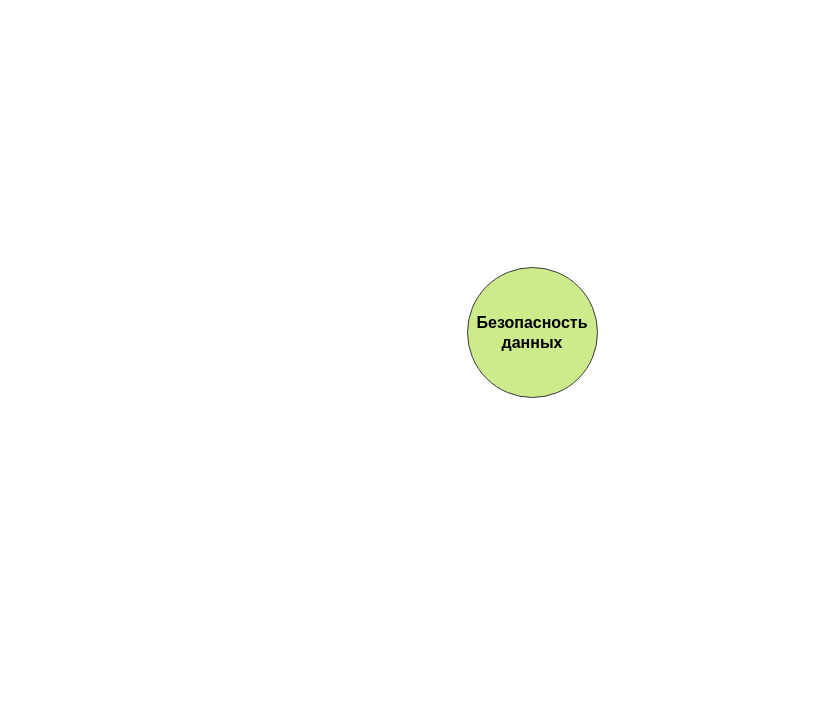
Earlier version of the draw.io diagram 5spring.drawio (MorKaragh/drawings). Source tidied: cells renumbered, new cells numbered last; positions are measured from the earlier drawing's top-left corner, leaving out a move shared by most shapes. Both pictures are drawn from the tidied source at 100%, with x=0, y=0 at pixel (467, 267).
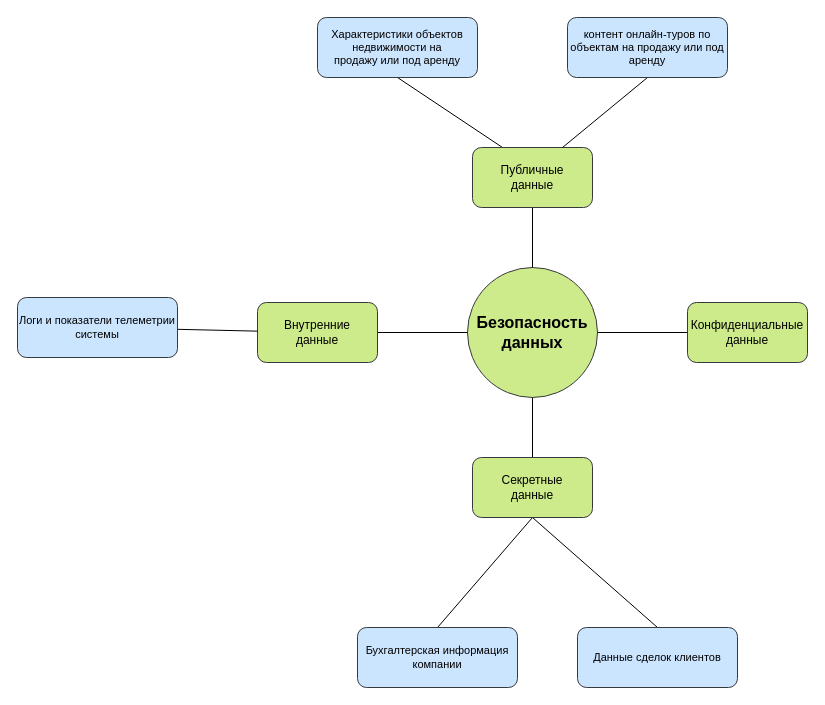
After the change.

The change refers to these unchanged cells:
```xml
<mxCell id="2" value="&lt;div&gt;Безопасность&lt;/div&gt;&lt;div&gt;данных&lt;/div&gt;" style="ellipse;whiteSpace=wrap;html=1;fillColor=#cdeb8b;strokeColor=#36393d;fontSize=16;fontStyle=1;" parent="1" vertex="1">
  <mxGeometry width="130" height="130" as="geometry" />
</mxCell>
```

Diff of the diagram source:
```diff
@@
+    <mxCell id="3" style="edgeStyle=orthogonalEdgeStyle;shape=connector;rounded=0;jettySize=auto;html=1;strokeColor=default;align=center;verticalAlign=middle;fontFamily=Helvetica;fontSize=11;fontColor=default;labelBackgroundColor=default;endArrow=none;endFill=0;" parent="1" edge="1" source="5" target="2">
+      <mxGeometry relative="1" as="geometry" />
+    </mxCell>
+    <mxCell id="4" style="shape=connector;rounded=0;jettySize=auto;html=1;exitX=0.25;exitY=0;exitDx=0;exitDy=0;entryX=0.5;entryY=1;entryDx=0;entryDy=0;strokeColor=default;align=center;verticalAlign=middle;fontFamily=Helvetica;fontSize=11;fontColor=default;labelBackgroundColor=default;endArrow=none;endFill=0;" parent="1" edge="1" source="5" target="14">
+      <mxGeometry relative="1" as="geometry" />
+    </mxCell>
+    <mxCell id="5" value="&lt;div&gt;Публичные&lt;/div&gt;&lt;div&gt;данные&lt;/div&gt;" style="rounded=1;whiteSpace=wrap;html=1;fontSize=12;fillColor=#cdeb8b;strokeColor=#36393d;" parent="1" vertex="1">
+      <mxGeometry x="5" y="-120" width="120" height="60" as="geometry" />
+    </mxCell>
+    <mxCell id="6" style="edgeStyle=orthogonalEdgeStyle;shape=connector;rounded=0;jettySize=auto;html=1;strokeColor=default;align=center;verticalAlign=middle;fontFamily=Helvetica;fontSize=11;fontColor=default;labelBackgroundColor=default;endArrow=none;endFill=0;" parent="1" edge="1" source="7" target="2">
+      <mxGeometry relative="1" as="geometry" />
+    </mxCell>
+    <mxCell id="7" value="&lt;div&gt;Внутренние&lt;/div&gt;&lt;div&gt;данные&lt;/div&gt;" style="rounded=1;whiteSpace=wrap;html=1;fontSize=12;fillColor=#cdeb8b;strokeColor=#36393d;" parent="1" vertex="1">
+      <mxGeometry x="-210" y="35" width="120" height="60" as="geometry" />
+    </mxCell>
+    <mxCell id="8" style="edgeStyle=orthogonalEdgeStyle;shape=connector;rounded=0;jettySize=auto;html=1;strokeColor=default;align=center;verticalAlign=middle;fontFamily=Helvetica;fontSize=11;fontColor=default;labelBackgroundColor=default;endArrow=none;endFill=0;" parent="1" edge="1" source="9" target="2">
+      <mxGeometry relative="1" as="geometry" />
+    </mxCell>
+    <mxCell id="9" value="&lt;div&gt;Конфиденциальные&lt;/div&gt;&lt;div&gt;данные&lt;/div&gt;" style="rounded=1;whiteSpace=wrap;html=1;fontSize=12;fillColor=#cdeb8b;strokeColor=#36393d;" parent="1" vertex="1">
+      <mxGeometry x="220" y="35" width="120" height="60" as="geometry" />
+    </mxCell>
+    <mxCell id="10" style="edgeStyle=orthogonalEdgeStyle;rounded=0;jettySize=auto;html=1;endArrow=none;endFill=0;" parent="1" edge="1" source="13" target="2">
+      <mxGeometry relative="1" as="geometry" />
+    </mxCell>
+    <mxCell id="11" style="edgeStyle=none;shape=connector;rounded=0;jettySize=auto;html=1;exitX=0.5;exitY=1;exitDx=0;exitDy=0;entryX=0.5;entryY=0;entryDx=0;entryDy=0;strokeColor=default;align=center;verticalAlign=middle;fontFamily=Helvetica;fontSize=11;fontColor=default;labelBackgroundColor=default;endArrow=none;endFill=0;" parent="1" edge="1" source="13" target="19">
+      <mxGeometry relative="1" as="geometry" />
+    </mxCell>
+    <mxCell id="12" style="edgeStyle=none;shape=connector;rounded=0;jettySize=auto;html=1;exitX=0.5;exitY=1;exitDx=0;exitDy=0;entryX=0.5;entryY=0;entryDx=0;entryDy=0;strokeColor=default;align=center;verticalAlign=middle;fontFamily=Helvetica;fontSize=11;fontColor=default;labelBackgroundColor=default;endArrow=none;endFill=0;" parent="1" edge="1" source="13" target="20">
+      <mxGeometry relative="1" as="geometry" />
+    </mxCell>
+    <mxCell id="13" value="&lt;div&gt;Секретные&lt;/div&gt;&lt;div&gt;данные&lt;/div&gt;" style="rounded=1;whiteSpace=wrap;html=1;fontSize=12;fillColor=#cdeb8b;strokeColor=#36393d;" parent="1" vertex="1">
+      <mxGeometry x="5" y="190" width="120" height="60" as="geometry" />
+    </mxCell>
+    <mxCell id="14" value="&lt;div&gt;Характеристики объектов недвижимости на&lt;/div&gt;&lt;div&gt;продажу или под аренду&lt;/div&gt;" style="rounded=1;whiteSpace=wrap;html=1;fontFamily=Helvetica;fontSize=11;labelBackgroundColor=none;fillColor=#cce5ff;strokeColor=#36393d;" parent="1" vertex="1">
+      <mxGeometry x="-150" y="-250" width="160" height="60" as="geometry" />
+    </mxCell>
+    <mxCell id="15" style="edgeStyle=none;shape=connector;rounded=0;jettySize=auto;html=1;exitX=0.5;exitY=1;exitDx=0;exitDy=0;entryX=0.75;entryY=0;entryDx=0;entryDy=0;strokeColor=default;align=center;verticalAlign=middle;fontFamily=Helvetica;fontSize=11;fontColor=default;labelBackgroundColor=default;endArrow=none;endFill=0;" parent="1" edge="1" source="16" target="5">
+      <mxGeometry relative="1" as="geometry" />
+    </mxCell>
+    <mxCell id="16" value="контент онлайн-туров по объектам на продажу или под аренду" style="rounded=1;whiteSpace=wrap;html=1;fontFamily=Helvetica;fontSize=11;labelBackgroundColor=none;fillColor=#cce5ff;strokeColor=#36393d;" parent="1" vertex="1">
+      <mxGeometry x="100" y="-250" width="160" height="60" as="geometry" />
+    </mxCell>
+    <mxCell id="17" style="edgeStyle=none;shape=connector;rounded=0;jettySize=auto;html=1;strokeColor=default;align=center;verticalAlign=middle;fontFamily=Helvetica;fontSize=11;fontColor=default;labelBackgroundColor=default;endArrow=none;endFill=0;" parent="1" edge="1" source="18" target="7">
+      <mxGeometry relative="1" as="geometry" />
+    </mxCell>
+    <mxCell id="18" value="Логи и показатели телеметрии системы" style="rounded=1;whiteSpace=wrap;html=1;fontFamily=Helvetica;fontSize=11;labelBackgroundColor=none;fillColor=#cce5ff;strokeColor=#36393d;" parent="1" vertex="1">
+      <mxGeometry x="-450" y="30" width="160" height="60" as="geometry" />
+    </mxCell>
+    <mxCell id="19" value="Бухгалтерская информация компании" style="rounded=1;whiteSpace=wrap;html=1;fontFamily=Helvetica;fontSize=11;labelBackgroundColor=none;fillColor=#cce5ff;strokeColor=#36393d;" parent="1" vertex="1">
+      <mxGeometry x="-110" y="360" width="160" height="60" as="geometry" />
+    </mxCell>
+    <mxCell id="20" value="Данные сделок клиентов" style="rounded=1;whiteSpace=wrap;html=1;fontFamily=Helvetica;fontSize=11;labelBackgroundColor=none;fillColor=#cce5ff;strokeColor=#36393d;" parent="1" vertex="1">
+      <mxGeometry x="110" y="360" width="160" height="60" as="geometry" />
+    </mxCell>
```
